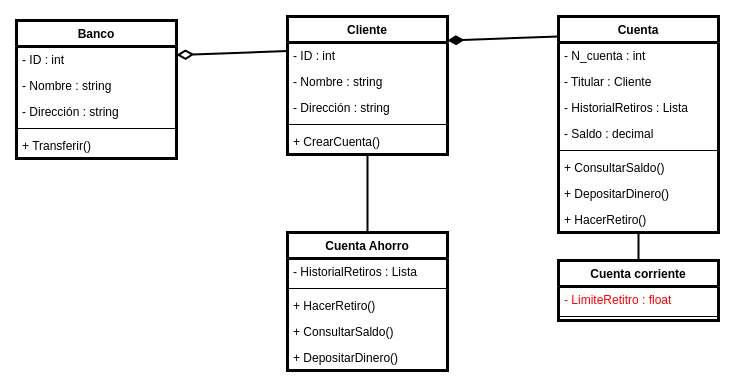
The draw.io diagram Ejercicios_Modelado/Taller3.drawio in Oscar-UCT/Ejercicos_Modelado, before the edit. Source tidied: cells renumbered, new cells numbered last; positions are measured from the earlier drawing's top-left corner, leaving out a move shared by most shapes. Both pictures are drawn from the tidied source at 100%, with x=0, y=0 at pixel (16, 16).
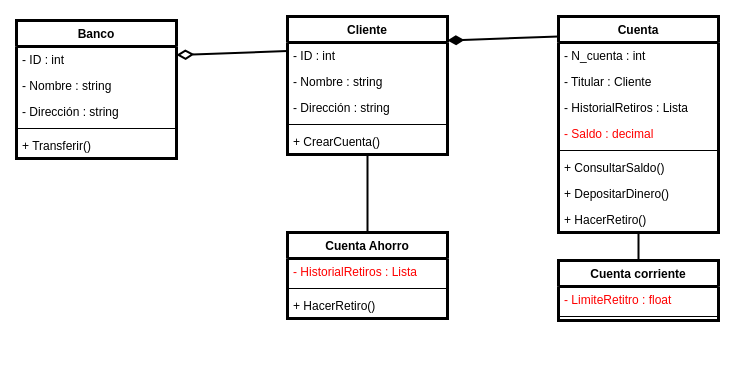
The same diagram, later.

Unchanged cells that the change refers to:
```xml
<mxCell id="20" value="Cuenta" style="swimlane;fontStyle=1;align=center;verticalAlign=top;horizontal=1;startSize=26;strokeWidth=3;" parent="1" vertex="1">
  <mxGeometry x="542" width="160" height="216" as="geometry" />
</mxCell>
```

Change to the diagram source:
```diff
@@
     <mxCell id="14" value="Cuenta Ahorro" style="swimlane;fontStyle=1;align=center;verticalAlign=top;horizontal=1;startSize=26;strokeWidth=3;" parent="1" vertex="1">
-      <mxGeometry x="271" y="216" width="160" height="138" as="geometry" />
+      <mxGeometry x="271" y="216" width="160" height="86" as="geometry" />
     </mxCell>
-    <mxCell id="15" value="- HistorialRetiros : Lista" style="text;strokeColor=none;fillColor=none;align=left;verticalAlign=top;spacingLeft=4;spacingRight=4;overflow=hidden;strokeWidth=3;" parent="14" vertex="1">
+    <mxCell id="15" value="- HistorialRetiros : Lista" style="text;strokeColor=none;fillColor=none;align=left;verticalAlign=top;spacingLeft=4;spacingRight=4;overflow=hidden;strokeWidth=3;fontColor=#FF0000;" parent="14" vertex="1">
       <mxGeometry y="26" width="160" height="26" as="geometry" />
     </mxCell>
@@
-    <mxCell id="18" value="+ ConsultarSaldo()" style="text;strokeColor=none;fillColor=none;align=left;verticalAlign=top;spacingLeft=4;spacingRight=4;overflow=hidden;strokeWidth=3;" parent="14" vertex="1">
-      <mxGeometry y="86" width="160" height="26" as="geometry" />
-    </mxCell>
-    <mxCell id="19" value="+ DepositarDinero()" style="text;strokeColor=none;fillColor=none;align=left;verticalAlign=top;spacingLeft=4;spacingRight=4;overflow=hidden;strokeWidth=3;" parent="14" vertex="1">
-      <mxGeometry y="112" width="160" height="26" as="geometry" />
-    </mxCell>
@@
-    <mxCell id="24" value="- Saldo : decimal" style="text;strokeColor=none;fillColor=none;align=left;verticalAlign=top;spacingLeft=4;spacingRight=4;overflow=hidden;strokeWidth=3;" parent="20" vertex="1">
+    <mxCell id="24" value="- Saldo : decimal" style="text;strokeColor=none;fillColor=none;align=left;verticalAlign=top;spacingLeft=4;spacingRight=4;overflow=hidden;strokeWidth=3;fontColor=#FF0000;" parent="20" vertex="1">
       <mxGeometry y="104" width="160" height="26" as="geometry" />
     </mxCell>
```
